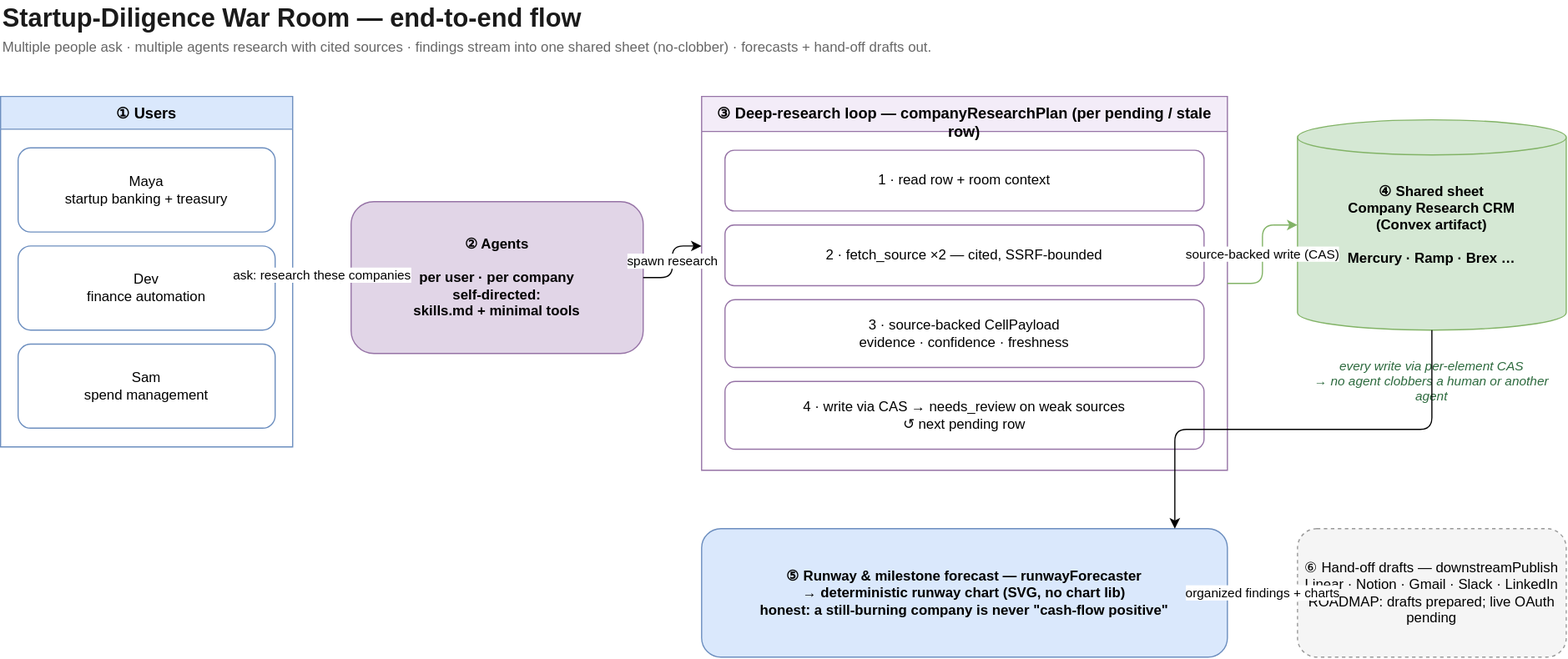
Before: docs/diagrams/03-diligence-war-room.svg, a diagram exported from draw.io (HomenShum/noderoom). Source tidied: cells renumbered, new cells last; positions are measured from the earlier drawing's top-left corner, leaving out a move shared by most shapes. Its diagram source:
```xml
<mxGraphModel>
  <root>
    <mxCell id="0" />
    <mxCell id="1" parent="0" />
    <mxCell id="2" value="Startup-Diligence War Room — end-to-end flow" style="text;html=1;fontSize=22;fontStyle=1;align=left;verticalAlign=middle;fontColor=#1a1a1a;" parent="1" vertex="1">
      <mxGeometry width="900" height="32" as="geometry" />
    </mxCell>
    <mxCell id="3" value="Multiple people ask · multiple agents research with cited sources · findings stream into one shared sheet (no-clobber) · forecasts + hand-off drafts out." style="text;html=1;fontSize=12;align=left;verticalAlign=middle;fontColor=#666666;" parent="1" vertex="1">
      <mxGeometry y="30" width="1200" height="20" as="geometry" />
    </mxCell>
    <mxCell id="4" value="①  Users" style="swimlane;startSize=28;whiteSpace=wrap;html=1;fillColor=#dae8fc;strokeColor=#6c8ebf;fontSize=13;fontStyle=1;verticalAlign=top;" parent="1" vertex="1">
      <mxGeometry y="82" width="250" height="300" as="geometry" />
    </mxCell>
    <mxCell id="5" value="Maya&#10;startup banking + treasury" style="rounded=1;whiteSpace=wrap;html=1;fillColor=#ffffff;strokeColor=#6c8ebf;fontSize=12;" parent="4" vertex="1">
      <mxGeometry x="15" y="44" width="220" height="72" as="geometry" />
    </mxCell>
    <mxCell id="6" value="Dev&#10;finance automation" style="rounded=1;whiteSpace=wrap;html=1;fillColor=#ffffff;strokeColor=#6c8ebf;fontSize=12;" parent="4" vertex="1">
      <mxGeometry x="15" y="128" width="220" height="72" as="geometry" />
    </mxCell>
    <mxCell id="7" value="Sam&#10;spend management" style="rounded=1;whiteSpace=wrap;html=1;fillColor=#ffffff;strokeColor=#6c8ebf;fontSize=12;" parent="4" vertex="1">
      <mxGeometry x="15" y="212" width="220" height="72" as="geometry" />
    </mxCell>
    <mxCell id="8" value="②  Agents&#10;&#10;per user · per company&#10;self-directed:&#10;skills.md + minimal tools" style="rounded=1;whiteSpace=wrap;html=1;fillColor=#e1d5e7;strokeColor=#9673a6;fontSize=12;fontStyle=1;verticalAlign=middle;" parent="1" vertex="1">
      <mxGeometry x="300" y="172" width="250" height="130" as="geometry" />
    </mxCell>
    <mxCell id="9" value="③  Deep-research loop — companyResearchPlan  (per pending / stale row)" style="swimlane;startSize=30;whiteSpace=wrap;html=1;fillColor=#f3ecf8;strokeColor=#9673a6;fontSize=13;fontStyle=1;verticalAlign=top;" parent="1" vertex="1">
      <mxGeometry x="600" y="82" width="450" height="320" as="geometry" />
    </mxCell>
    <mxCell id="10" value="1 · read row + room context" style="rounded=1;whiteSpace=wrap;html=1;fillColor=#ffffff;strokeColor=#9673a6;fontSize=12;" parent="9" vertex="1">
      <mxGeometry x="20" y="46" width="410" height="52" as="geometry" />
    </mxCell>
    <mxCell id="11" value="2 · fetch_source ×2 — cited, SSRF-bounded" style="rounded=1;whiteSpace=wrap;html=1;fillColor=#ffffff;strokeColor=#9673a6;fontSize=12;" parent="9" vertex="1">
      <mxGeometry x="20" y="110" width="410" height="52" as="geometry" />
    </mxCell>
    <mxCell id="12" value="3 · source-backed CellPayload&#10;evidence · confidence · freshness" style="rounded=1;whiteSpace=wrap;html=1;fillColor=#ffffff;strokeColor=#9673a6;fontSize=12;" parent="9" vertex="1">
      <mxGeometry x="20" y="174" width="410" height="58" as="geometry" />
    </mxCell>
    <mxCell id="13" value="4 · write via CAS → needs_review on weak sources&#10;↺ next pending row" style="rounded=1;whiteSpace=wrap;html=1;fillColor=#ffffff;strokeColor=#9673a6;fontSize=12;" parent="9" vertex="1">
      <mxGeometry x="20" y="244" width="410" height="58" as="geometry" />
    </mxCell>
    <mxCell id="14" value="④  Shared sheet&#10;Company Research CRM&#10;(Convex artifact)&#10;&#10;Mercury · Ramp · Brex …" style="shape=cylinder3;whiteSpace=wrap;html=1;fillColor=#d5e8d4;strokeColor=#82b366;fontSize=12;fontStyle=1;" parent="1" vertex="1">
      <mxGeometry x="1110" y="102" width="230" height="180" as="geometry" />
    </mxCell>
    <mxCell id="15" value="every write via per-element CAS&#10;→ no agent clobbers a human or another agent" style="text;html=1;align=center;verticalAlign=middle;whiteSpace=wrap;fontSize=11;fontColor=#2d6a3e;fontStyle=2;" parent="1" vertex="1">
      <mxGeometry x="1110" y="294" width="230" height="64" as="geometry" />
    </mxCell>
    <mxCell id="16" value="⑤  Runway &amp; milestone forecast — runwayForecaster&#10;→ deterministic runway chart (SVG, no chart lib)&#10;honest: a still-burning company is never &quot;cash-flow positive&quot;" style="rounded=1;whiteSpace=wrap;html=1;fillColor=#dae8fc;strokeColor=#6c8ebf;fontSize=12;fontStyle=1;" parent="1" vertex="1">
      <mxGeometry x="600" y="452" width="450" height="110" as="geometry" />
    </mxCell>
    <mxCell id="17" value="⑥  Hand-off drafts — downstreamPublish&#10;Linear · Notion · Gmail · Slack · LinkedIn&#10;ROADMAP: drafts prepared; live OAuth pending" style="rounded=1;whiteSpace=wrap;html=1;fillColor=#f5f5f5;strokeColor=#999999;dashed=1;fontSize=12;" parent="1" vertex="1">
      <mxGeometry x="1110" y="452" width="230" height="110" as="geometry" />
    </mxCell>
    <mxCell id="18" value="ask: research these companies" style="edgeStyle=orthogonalEdgeStyle;rounded=1;jettySize=auto;html=1;fontSize=11;exitX=1;exitY=0.5;exitDx=0;exitDy=0;entryX=0;entryY=0.5;entryDx=0;entryDy=0;" parent="1" edge="1" source="4" target="8">
      <mxGeometry relative="1" as="geometry" />
    </mxCell>
    <mxCell id="19" value="spawn research" style="edgeStyle=orthogonalEdgeStyle;rounded=1;jettySize=auto;html=1;fontSize=11;exitX=1;exitY=0.5;exitDx=0;exitDy=0;entryX=0;entryY=0.4;entryDx=0;entryDy=0;" parent="1" edge="1" source="8" target="9">
      <mxGeometry relative="1" as="geometry" />
    </mxCell>
    <mxCell id="20" value="source-backed write (CAS)" style="edgeStyle=orthogonalEdgeStyle;rounded=1;jettySize=auto;html=1;fontSize=11;exitX=1;exitY=0.5;exitDx=0;exitDy=0;entryX=0;entryY=0.5;entryDx=0;entryDy=0;strokeColor=#82b366;" parent="1" edge="1" source="9" target="14">
      <mxGeometry relative="1" as="geometry" />
    </mxCell>
    <mxCell id="21" style="edgeStyle=orthogonalEdgeStyle;rounded=1;jettySize=auto;html=1;exitX=0.5;exitY=1;exitDx=0;exitDy=0;entryX=0.9;entryY=0;entryDx=0;entryDy=0;" parent="1" edge="1" source="14" target="16">
      <mxGeometry relative="1" as="geometry" />
    </mxCell>
    <mxCell id="22" value="organized findings + charts" style="edgeStyle=orthogonalEdgeStyle;rounded=1;jettySize=auto;html=1;fontSize=11;exitX=1;exitY=0.5;exitDx=0;exitDy=0;entryX=0;entryY=0.5;entryDx=0;entryDy=0;" parent="1" edge="1" source="16" target="17">
      <mxGeometry relative="1" as="geometry" />
    </mxCell>
  </root>
</mxGraphModel>
```
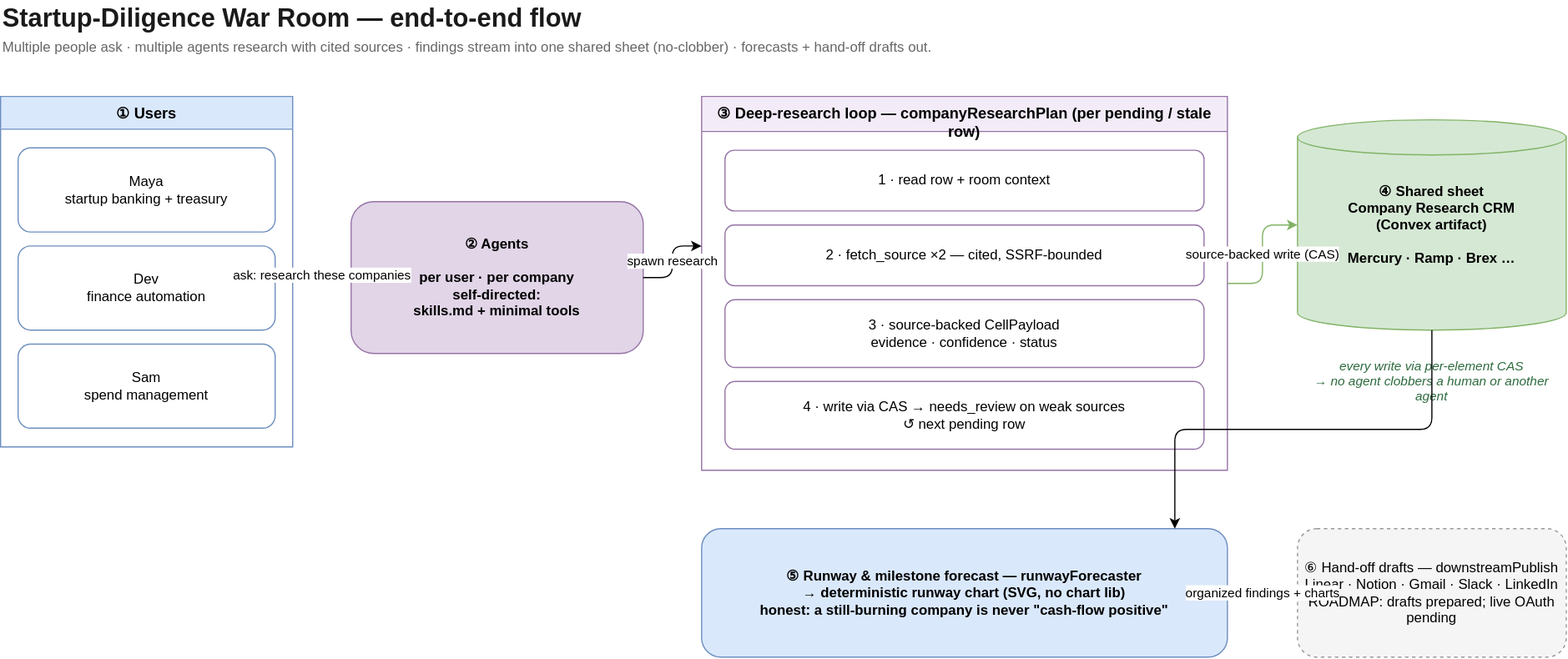
After the change.

Change to the diagram source:
```diff
@@ -32,7 +32,7 @@
     <mxCell id="11" value="2 · fetch_source ×2 — cited, SSRF-bounded" style="rounded=1;whiteSpace=wrap;html=1;fillColor=#ffffff;strokeColor=#9673a6;fontSize=12;" parent="9" vertex="1">
       <mxGeometry x="20" y="110" width="410" height="52" as="geometry" />
     </mxCell>
-    <mxCell id="12" value="3 · source-backed CellPayload&#10;evidence · confidence · freshness" style="rounded=1;whiteSpace=wrap;html=1;fillColor=#ffffff;strokeColor=#9673a6;fontSize=12;" parent="9" vertex="1">
+    <mxCell id="12" value="3 · source-backed CellPayload&#10;evidence · confidence · status" style="rounded=1;whiteSpace=wrap;html=1;fillColor=#ffffff;strokeColor=#9673a6;fontSize=12;" parent="9" vertex="1">
       <mxGeometry x="20" y="174" width="410" height="58" as="geometry" />
     </mxCell>
     <mxCell id="13" value="4 · write via CAS → needs_review on weak sources&#10;↺ next pending row" style="rounded=1;whiteSpace=wrap;html=1;fillColor=#ffffff;strokeColor=#9673a6;fontSize=12;" parent="9" vertex="1">
```
